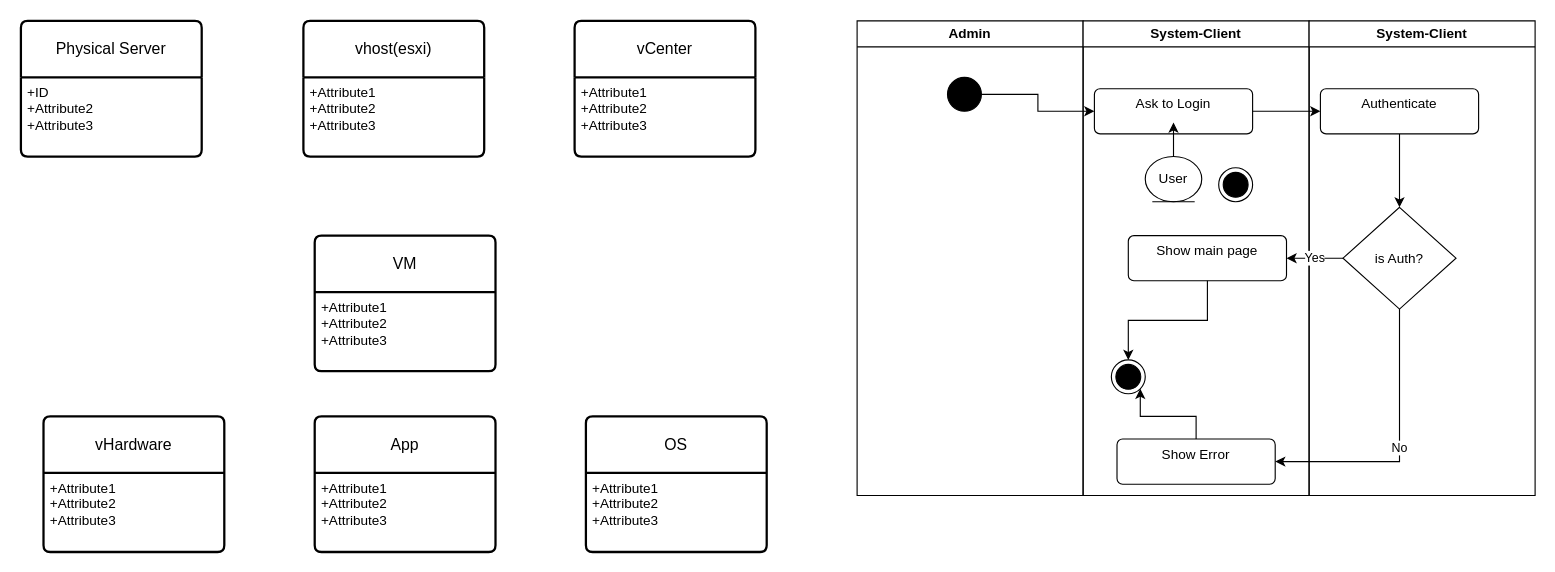
The draw.io diagram vCenter.drawio in flaschracket/Powershell, before the edit. Source tidied: cells renumbered, new cells numbered last; positions are measured from the earlier drawing's top-left corner, leaving out a move shared by most shapes. Both pictures are drawn from the tidied source at 113%, with x=0, y=0 at pixel (20, 20).
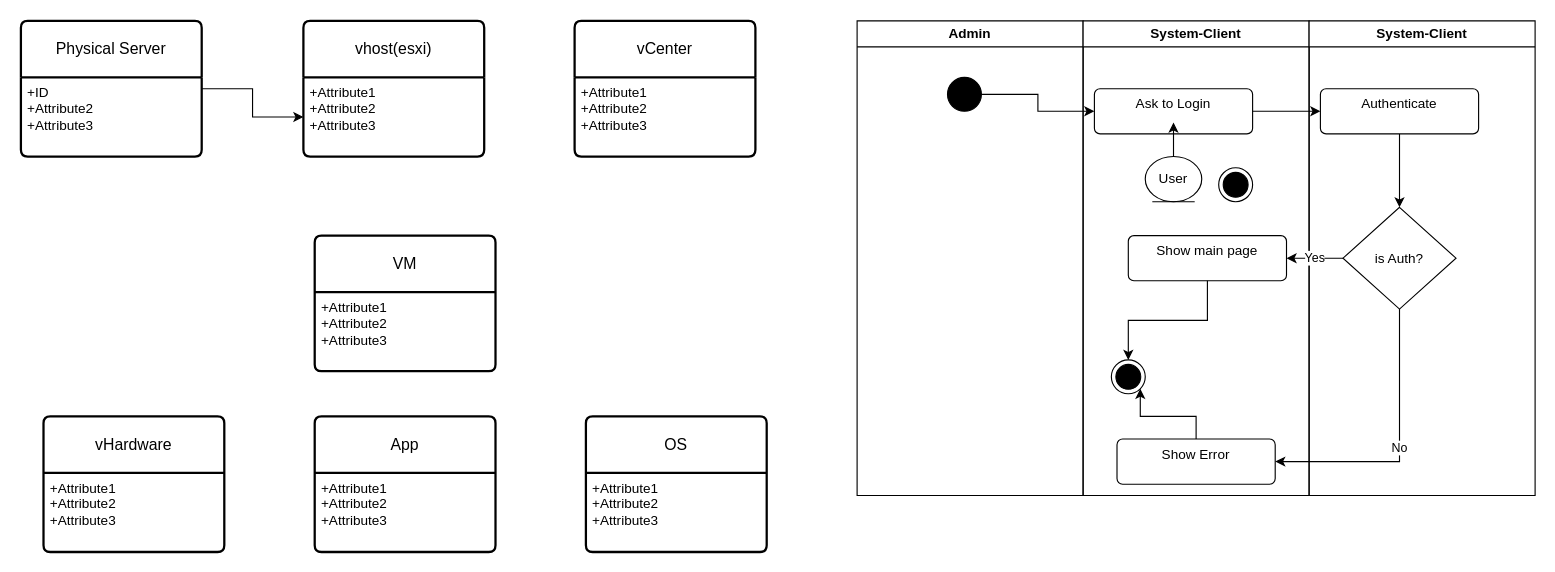
After the change.

Unchanged cells that the change refers to:
```xml
<mxCell id="2" value="Physical Server" style="swimlane;horizontal=1;startSize=50;rounded=1;fontSize=14;fontStyle=0;strokeWidth=2;shadow=0;dashed=0;align=center;arcSize=4;whiteSpace=wrap;html=1;" parent="1" vertex="1">
  <mxGeometry width="160" height="120" as="geometry" />
</mxCell>
<mxCell id="7" value="+Attribute1&#10;+Attribute2&#10;+Attribute3" style="align=left;strokeColor=none;fillColor=none;spacingLeft=4;fontSize=12;verticalAlign=top;html=1;" parent="6" vertex="1">
  <mxGeometry y="50" width="160" height="70" as="geometry" />
</mxCell>
```

The edit, as a diff of the source:
```diff
@@
+    <mxCell id="37" style="edgeStyle=orthogonalEdgeStyle;rounded=0;jettySize=auto;html=1;" parent="1" edge="1" source="2" target="7">
+      <mxGeometry relative="1" as="geometry" />
+    </mxCell>
```
